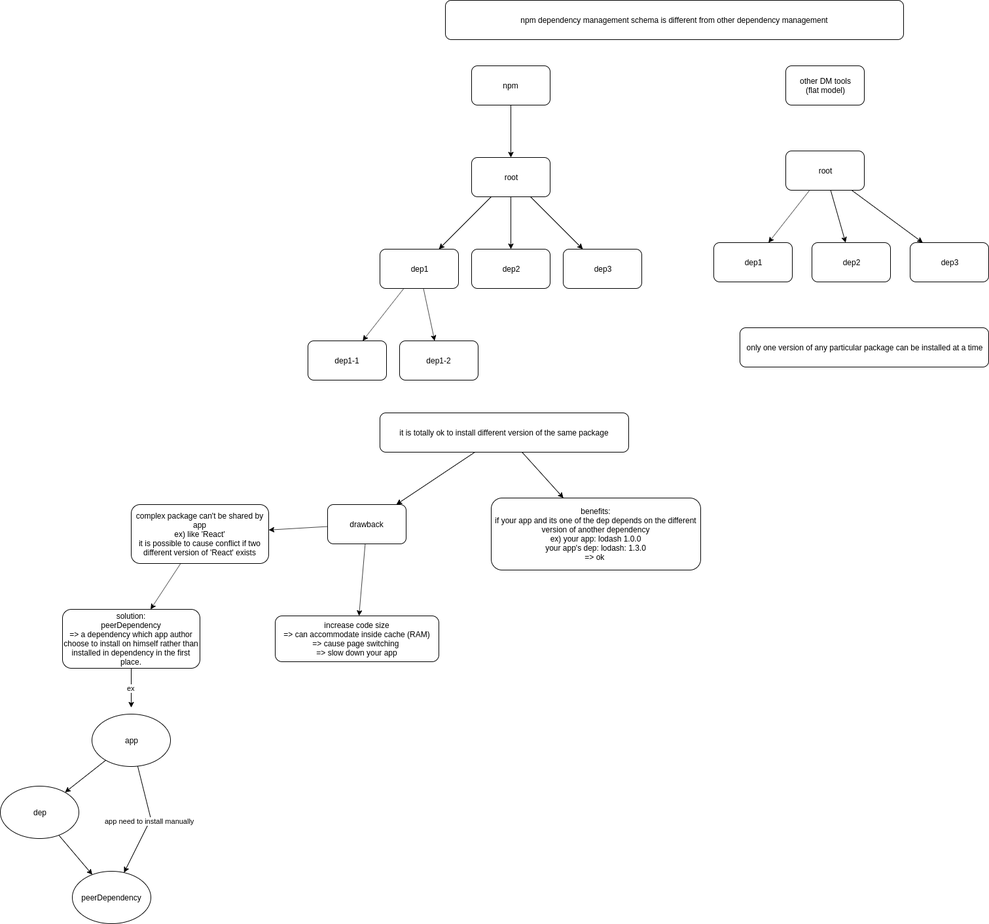
Above: Npm_Dependency_Management_Schema.PNG in stsiwo/js_concept (draw.io), before the change. Source tidied: cells renumbered, new cells last; positions are measured from the earlier drawing's top-left corner, leaving out a move shared by most shapes.
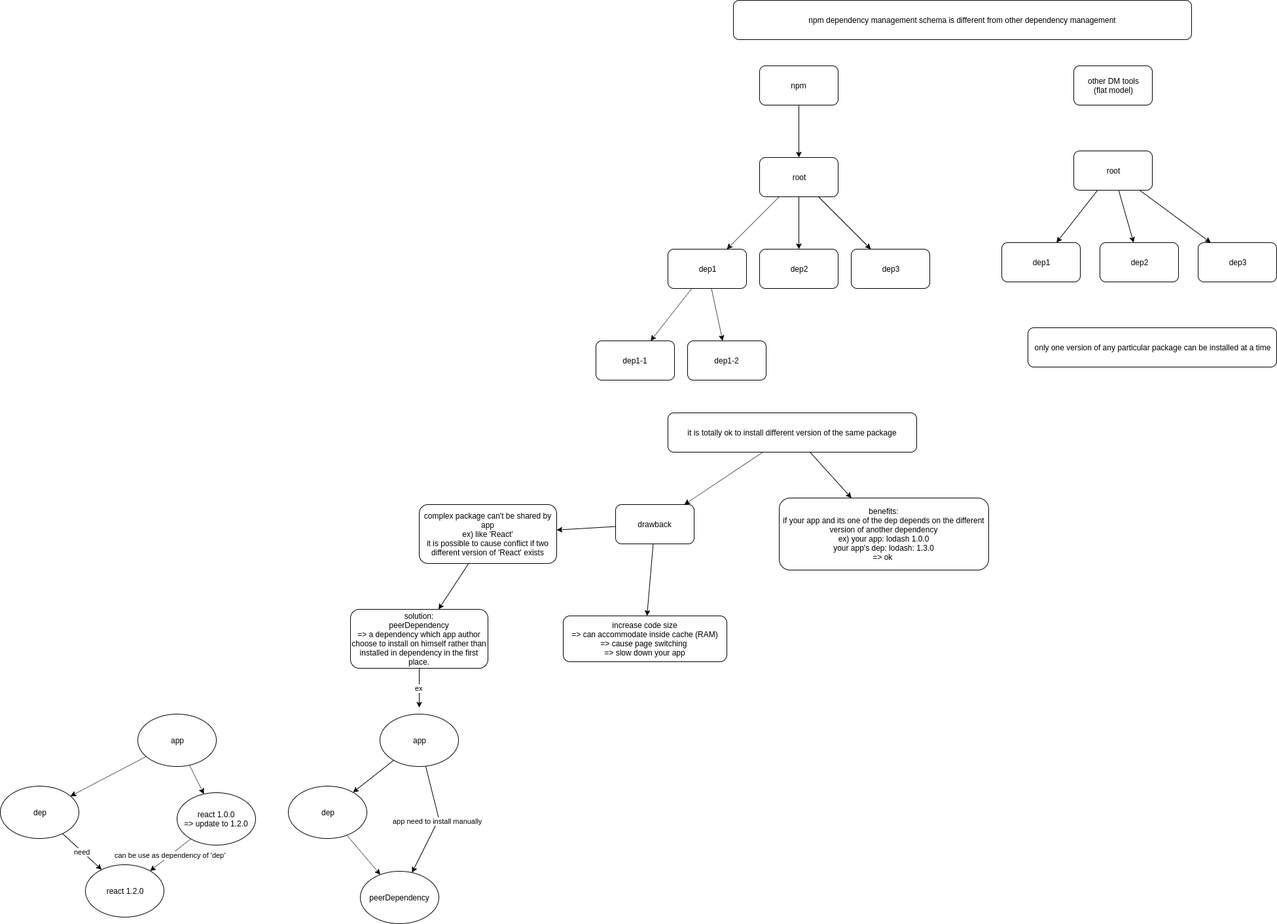
The same diagram one commit later.

Change to the diagram source:
```diff
@@ -131,5 +131,29 @@
     <mxCell id="42" value="peerDependency" style="ellipse;whiteSpace=wrap;html=1;" parent="1" vertex="1">
       <mxGeometry x="110" y="1330" width="120" height="80" as="geometry" />
     </mxCell>
+    <mxCell id="43" style="edgeStyle=none;rounded=0;jettySize=auto;html=1;" parent="1" edge="1" source="45" target="49">
+      <mxGeometry relative="1" as="geometry" />
+    </mxCell>
+    <mxCell id="44" style="edgeStyle=none;rounded=0;jettySize=auto;html=1;" parent="1" edge="1" source="45" target="47">
+      <mxGeometry relative="1" as="geometry" />
+    </mxCell>
+    <mxCell id="45" value="app" style="ellipse;whiteSpace=wrap;html=1;" parent="1" vertex="1">
+      <mxGeometry x="-230" y="1090" width="120" height="80" as="geometry" />
+    </mxCell>
+    <mxCell id="46" value="can be use as dependency of 'dep'" style="edgeStyle=none;rounded=0;jettySize=auto;html=1;" parent="1" edge="1" source="47" target="50">
+      <mxGeometry relative="1" as="geometry" />
+    </mxCell>
+    <mxCell id="47" value="react 1.0.0&lt;br&gt;=&amp;gt; update to 1.2.0" style="ellipse;whiteSpace=wrap;html=1;" parent="1" vertex="1">
+      <mxGeometry x="-170" y="1210" width="120" height="80" as="geometry" />
+    </mxCell>
+    <mxCell id="48" value="need" style="edgeStyle=none;rounded=0;jettySize=auto;html=1;" parent="1" edge="1" source="49" target="50">
+      <mxGeometry relative="1" as="geometry" />
+    </mxCell>
+    <mxCell id="49" value="dep" style="ellipse;whiteSpace=wrap;html=1;" parent="1" vertex="1">
+      <mxGeometry x="-440" y="1200" width="120" height="80" as="geometry" />
+    </mxCell>
+    <mxCell id="50" value="react 1.2.0" style="ellipse;whiteSpace=wrap;html=1;" parent="1" vertex="1">
+      <mxGeometry x="-310" y="1320" width="120" height="80" as="geometry" />
+    </mxCell>
   </root>
 </mxGraphModel>
```
